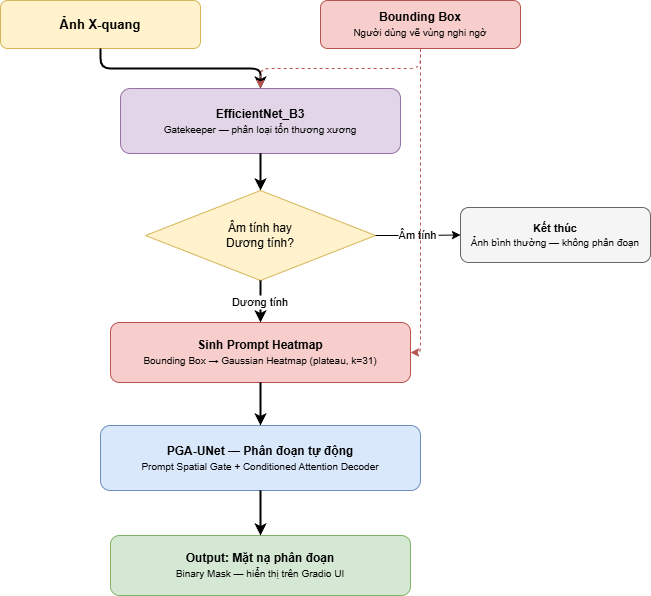
This is Report/images/pipeline_pga_app_inference.png from ThongLuc2k3/PGA_Unet2D, a draw.io export, as it was before one commit. Source tidied: cells renumbered, new cells last; positions are measured from the earlier drawing's top-left corner, leaving out a move shared by most shapes. Source of this version:
```xml
<mxGraphModel>
  <root>
    <mxCell id="0" />
    <mxCell id="1" parent="0" />
    <mxCell id="2" value="&lt;b&gt;Ảnh X-quang&lt;/b&gt;" style="rounded=1;whiteSpace=wrap;html=1;fillColor=#fff2cc;strokeColor=#d6b656;fontSize=13;" parent="1" vertex="1">
      <mxGeometry width="200" height="48" as="geometry" />
    </mxCell>
    <mxCell id="3" value="&lt;b&gt;Bounding Box&lt;/b&gt;&lt;br&gt;&lt;font style=&quot;font-size:10px;&quot;&gt;Người dùng vẽ vùng nghi ngờ&lt;/font&gt;" style="rounded=1;whiteSpace=wrap;html=1;fillColor=#f8cecc;strokeColor=#b85450;fontSize=12;" parent="1" vertex="1">
      <mxGeometry x="320" width="200" height="48" as="geometry" />
    </mxCell>
    <mxCell id="4" value="&lt;b&gt;EfficientNet_B3&lt;/b&gt;&lt;br&gt;&lt;font style=&quot;font-size:10px;&quot;&gt;Gatekeeper — phân loại tổn thương xương&lt;/font&gt;" style="rounded=1;whiteSpace=wrap;html=1;fillColor=#e1d5e7;strokeColor=#9673a6;fontSize=12;" parent="1" vertex="1">
      <mxGeometry x="120" y="88" width="280" height="65" as="geometry" />
    </mxCell>
    <mxCell id="5" value="Âm tính hay&lt;br&gt;Dương tính?" style="rhombus;whiteSpace=wrap;html=1;fillColor=#fff2cc;strokeColor=#d6b656;fontSize=12;" parent="1" vertex="1">
      <mxGeometry x="145" y="190" width="230" height="90" as="geometry" />
    </mxCell>
    <mxCell id="6" value="&lt;b&gt;Kết thúc&lt;/b&gt;&lt;br&gt;&lt;font style=&quot;font-size:10px;&quot;&gt;Ảnh bình thường — không phân đoạn&lt;/font&gt;" style="rounded=1;whiteSpace=wrap;html=1;fillColor=#f5f5f5;strokeColor=#666666;fontSize=11;" parent="1" vertex="1">
      <mxGeometry x="460" y="207" width="190" height="55" as="geometry" />
    </mxCell>
    <mxCell id="7" value="&lt;b&gt;Sinh Prompt Heatmap&lt;/b&gt;&lt;br&gt;&lt;font style=&quot;font-size:10px;&quot;&gt;Bounding Box → Gaussian Heatmap (plateau, k=31)&lt;/font&gt;" style="rounded=1;whiteSpace=wrap;html=1;fillColor=#f8cecc;strokeColor=#b85450;fontSize=12;" parent="1" vertex="1">
      <mxGeometry x="110" y="322" width="300" height="60" as="geometry" />
    </mxCell>
    <mxCell id="8" value="&lt;b&gt;PGA-UNet — Phân đoạn tự động&lt;/b&gt;&lt;br&gt;&lt;font style=&quot;font-size:10px;&quot;&gt;Prompt Spatial Gate + Conditioned Attention Decoder&lt;/font&gt;" style="rounded=1;whiteSpace=wrap;html=1;fillColor=#dae8fc;strokeColor=#6c8ebf;fontSize=12;" parent="1" vertex="1">
      <mxGeometry x="100" y="425" width="320" height="65" as="geometry" />
    </mxCell>
    <mxCell id="9" value="&lt;b&gt;Output: Mặt nạ phân đoạn&lt;/b&gt;&lt;br&gt;&lt;font style=&quot;font-size:10px;&quot;&gt;Binary Mask — hiển thị trên Gradio UI&lt;/font&gt;" style="rounded=1;whiteSpace=wrap;html=1;fillColor=#d5e8d4;strokeColor=#82b366;fontSize=12;" parent="1" vertex="1">
      <mxGeometry x="110" y="535" width="300" height="60" as="geometry" />
    </mxCell>
    <mxCell id="10" style="edgeStyle=orthogonalEdgeStyle;strokeWidth=2;" parent="1" edge="1" source="2" target="4">
      <mxGeometry relative="1" as="geometry" />
    </mxCell>
    <mxCell id="11" style="edgeStyle=orthogonalEdgeStyle;strokeWidth=1;dashed=1;strokeColor=#b85450;" parent="1" edge="1" source="3" target="4">
      <mxGeometry relative="1" as="geometry" />
    </mxCell>
    <mxCell id="12" style="edgeStyle=orthogonalEdgeStyle;strokeWidth=2;" parent="1" edge="1" source="4" target="5">
      <mxGeometry relative="1" as="geometry" />
    </mxCell>
    <mxCell id="13" value="Âm tính" style="edgeStyle=orthogonalEdgeStyle;fontSize=11;" parent="1" edge="1" source="5" target="6">
      <mxGeometry relative="1" as="geometry" />
    </mxCell>
    <mxCell id="14" value="Dương tính" style="edgeStyle=orthogonalEdgeStyle;strokeWidth=2;fontSize=11;" parent="1" edge="1" source="5" target="7">
      <mxGeometry relative="1" as="geometry" />
    </mxCell>
    <mxCell id="15" style="edgeStyle=orthogonalEdgeStyle;strokeWidth=1;dashed=1;strokeColor=#b85450;" parent="1" edge="1" source="3" target="7">
      <mxGeometry relative="1" as="geometry">
        <Array as="points">
          <mxPoint x="420" y="235" />
          <mxPoint x="420" y="352" />
        </Array>
      </mxGeometry>
    </mxCell>
    <mxCell id="16" style="edgeStyle=orthogonalEdgeStyle;strokeWidth=2;" parent="1" edge="1" source="7" target="8">
      <mxGeometry relative="1" as="geometry" />
    </mxCell>
    <mxCell id="17" style="edgeStyle=orthogonalEdgeStyle;strokeWidth=2;" parent="1" edge="1" source="8" target="9">
      <mxGeometry relative="1" as="geometry" />
    </mxCell>
  </root>
</mxGraphModel>
```
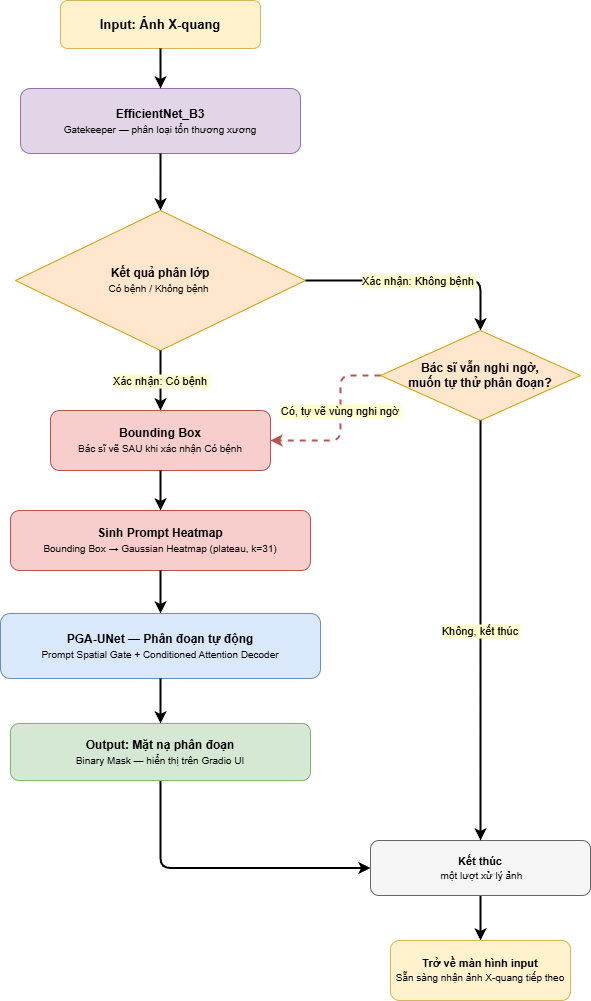
The same diagram one commit later.

Change to the diagram source:
```diff
@@ -2,58 +2,78 @@
   <root>
     <mxCell id="0" />
     <mxCell id="1" parent="0" />
-    <mxCell id="2" value="&lt;b&gt;Ảnh X-quang&lt;/b&gt;" style="rounded=1;whiteSpace=wrap;html=1;fillColor=#fff2cc;strokeColor=#d6b656;fontSize=13;" parent="1" vertex="1">
-      <mxGeometry width="200" height="48" as="geometry" />
+    <mxCell id="2" value="&lt;b&gt;Input: Ảnh X-quang&lt;/b&gt;" style="rounded=1;whiteSpace=wrap;html=1;fillColor=#fff2cc;strokeColor=#d6b656;fontSize=13;" parent="1" vertex="1">
+      <mxGeometry x="160" width="200" height="48" as="geometry" />
     </mxCell>
-    <mxCell id="3" value="&lt;b&gt;Bounding Box&lt;/b&gt;&lt;br&gt;&lt;font style=&quot;font-size:10px;&quot;&gt;Người dùng vẽ vùng nghi ngờ&lt;/font&gt;" style="rounded=1;whiteSpace=wrap;html=1;fillColor=#f8cecc;strokeColor=#b85450;fontSize=12;" parent="1" vertex="1">
-      <mxGeometry x="320" width="200" height="48" as="geometry" />
-    </mxCell>
     <mxCell id="4" value="&lt;b&gt;EfficientNet_B3&lt;/b&gt;&lt;br&gt;&lt;font style=&quot;font-size:10px;&quot;&gt;Gatekeeper — phân loại tổn thương xương&lt;/font&gt;" style="rounded=1;whiteSpace=wrap;html=1;fillColor=#e1d5e7;strokeColor=#9673a6;fontSize=12;" parent="1" vertex="1">
       <mxGeometry x="120" y="88" width="280" height="65" as="geometry" />
     </mxCell>
-    <mxCell id="5" value="Âm tính hay&lt;br&gt;Dương tính?" style="rhombus;whiteSpace=wrap;html=1;fillColor=#fff2cc;strokeColor=#d6b656;fontSize=12;" parent="1" vertex="1">
-      <mxGeometry x="145" y="190" width="230" height="90" as="geometry" />
-    </mxCell>
+    <mxCell id="18" value="&lt;b&gt;Kết quả phân lớp&lt;/b&gt;&lt;br&gt;&lt;font style=&quot;font-size:10px;&quot;&gt;Có bệnh / Không bệnh&amp;nbsp;&lt;/font&gt;" style="rhombus;whiteSpace=wrap;html=1;fillColor=#ffe6cc;strokeColor=#d79b00;fontSize=12;" parent="1" vertex="1">
+      <mxGeometry x="115" y="210" width="290" height="140" as="geometry" />
+    </mxCell>
+    <mxCell id="19" style="edgeStyle=orthogonalEdgeStyle;strokeWidth=2;exitX=0.5;exitY=1;exitDx=0;exitDy=0;" parent="1" edge="1" source="6" target="24">
+      <mxGeometry relative="1" as="geometry" />
+    </mxCell>
-    <mxCell id="6" value="&lt;b&gt;Kết thúc&lt;/b&gt;&lt;br&gt;&lt;font style=&quot;font-size:10px;&quot;&gt;Ảnh bình thường — không phân đoạn&lt;/font&gt;" style="rounded=1;whiteSpace=wrap;html=1;fillColor=#f5f5f5;strokeColor=#666666;fontSize=11;" parent="1" vertex="1">
-      <mxGeometry x="460" y="207" width="190" height="55" as="geometry" />
+    <mxCell id="6" value="&lt;b&gt;Kết thúc&lt;/b&gt;&lt;br&gt;&lt;font style=&quot;font-size:10px;&quot;&gt;&amp;nbsp;một lượt xử lý ảnh&lt;/font&gt;" style="rounded=1;whiteSpace=wrap;html=1;fillColor=#f5f5f5;strokeColor=#666666;fontSize=11;" parent="1" vertex="1">
+      <mxGeometry x="470" y="840" width="220" height="55" as="geometry" />
     </mxCell>
     <mxCell id="7" value="&lt;b&gt;Sinh Prompt Heatmap&lt;/b&gt;&lt;br&gt;&lt;font style=&quot;font-size:10px;&quot;&gt;Bounding Box → Gaussian Heatmap (plateau, k=31)&lt;/font&gt;" style="rounded=1;whiteSpace=wrap;html=1;fillColor=#f8cecc;strokeColor=#b85450;fontSize=12;" parent="1" vertex="1">
-      <mxGeometry x="110" y="322" width="300" height="60" as="geometry" />
+      <mxGeometry x="110" y="510" width="300" height="60" as="geometry" />
     </mxCell>
+    <mxCell id="3" value="&lt;b&gt;Bounding Box&lt;/b&gt;&lt;br&gt;&lt;font style=&quot;font-size:10px;&quot;&gt;Bác sĩ vẽ SAU khi xác nhận Có bệnh&lt;/font&gt;" style="rounded=1;whiteSpace=wrap;html=1;fillColor=#f8cecc;strokeColor=#b85450;fontSize=12;" parent="1" vertex="1">
+      <mxGeometry x="150" y="410" width="220" height="60" as="geometry" />
+    </mxCell>
     <mxCell id="8" value="&lt;b&gt;PGA-UNet — Phân đoạn tự động&lt;/b&gt;&lt;br&gt;&lt;font style=&quot;font-size:10px;&quot;&gt;Prompt Spatial Gate + Conditioned Attention Decoder&lt;/font&gt;" style="rounded=1;whiteSpace=wrap;html=1;fillColor=#dae8fc;strokeColor=#6c8ebf;fontSize=12;" parent="1" vertex="1">
-      <mxGeometry x="100" y="425" width="320" height="65" as="geometry" />
+      <mxGeometry x="100" y="613" width="320" height="65" as="geometry" />
     </mxCell>
+    <mxCell id="20" style="edgeStyle=orthogonalEdgeStyle;strokeWidth=2;entryX=0;entryY=0.5;entryDx=0;entryDy=0;exitX=0.5;exitY=1;exitDx=0;exitDy=0;" parent="1" edge="1" source="9" target="6">
+      <mxGeometry relative="1" as="geometry" />
+    </mxCell>
     <mxCell id="9" value="&lt;b&gt;Output: Mặt nạ phân đoạn&lt;/b&gt;&lt;br&gt;&lt;font style=&quot;font-size:10px;&quot;&gt;Binary Mask — hiển thị trên Gradio UI&lt;/font&gt;" style="rounded=1;whiteSpace=wrap;html=1;fillColor=#d5e8d4;strokeColor=#82b366;fontSize=12;" parent="1" vertex="1">
-      <mxGeometry x="110" y="535" width="300" height="60" as="geometry" />
+      <mxGeometry x="110" y="723" width="300" height="57" as="geometry" />
     </mxCell>
     <mxCell id="10" style="edgeStyle=orthogonalEdgeStyle;strokeWidth=2;" parent="1" edge="1" source="2" target="4">
       <mxGeometry relative="1" as="geometry" />
     </mxCell>
-    <mxCell id="11" style="edgeStyle=orthogonalEdgeStyle;strokeWidth=1;dashed=1;strokeColor=#b85450;" parent="1" edge="1" source="3" target="4">
-      <mxGeometry relative="1" as="geometry" />
-    </mxCell>
-    <mxCell id="12" style="edgeStyle=orthogonalEdgeStyle;strokeWidth=2;" parent="1" edge="1" source="4" target="5">
+    <mxCell id="12" style="edgeStyle=orthogonalEdgeStyle;strokeWidth=2;entryX=0.5;entryY=0;entryDx=0;entryDy=0;" parent="1" edge="1" source="4" target="18">
       <mxGeometry relative="1" as="geometry" />
     </mxCell>
-    <mxCell id="13" value="Âm tính" style="edgeStyle=orthogonalEdgeStyle;fontSize=11;" parent="1" edge="1" source="5" target="6">
+    <mxCell id="13" value="Xác nhận: Không bệnh" style="edgeStyle=orthogonalEdgeStyle;strokeWidth=2;fontSize=11;entryX=0.5;entryY=0;entryDx=0;entryDy=0;labelBackgroundColor=#ffffcc;" parent="1" edge="1" source="18" target="21">
       <mxGeometry relative="1" as="geometry" />
     </mxCell>
-    <mxCell id="14" value="Dương tính" style="edgeStyle=orthogonalEdgeStyle;strokeWidth=2;fontSize=11;" parent="1" edge="1" source="5" target="7">
+    <mxCell id="14" value="Xác nhận: Có bệnh" style="edgeStyle=orthogonalEdgeStyle;strokeWidth=2;fontSize=11;entryX=0.5;entryY=0;entryDx=0;entryDy=0;labelBackgroundColor=#ffffcc;" parent="1" edge="1" source="18" target="3">
       <mxGeometry relative="1" as="geometry" />
     </mxCell>
-    <mxCell id="15" style="edgeStyle=orthogonalEdgeStyle;strokeWidth=1;dashed=1;strokeColor=#b85450;" parent="1" edge="1" source="3" target="7">
-      <mxGeometry relative="1" as="geometry">
-        <Array as="points">
-          <mxPoint x="420" y="235" />
-          <mxPoint x="420" y="352" />
-        </Array>
-      </mxGeometry>
-    </mxCell>
     <mxCell id="16" style="edgeStyle=orthogonalEdgeStyle;strokeWidth=2;" parent="1" edge="1" source="7" target="8">
       <mxGeometry relative="1" as="geometry" />
     </mxCell>
     <mxCell id="17" style="edgeStyle=orthogonalEdgeStyle;strokeWidth=2;" parent="1" edge="1" source="8" target="9">
       <mxGeometry relative="1" as="geometry" />
     </mxCell>
+    <mxCell id="15" style="edgeStyle=orthogonalEdgeStyle;strokeWidth=2;entryX=0.5;entryY=0;entryDx=0;entryDy=0;exitX=0.5;exitY=1;exitDx=0;exitDy=0;" parent="1" edge="1" source="3" target="7">
+      <mxGeometry relative="1" as="geometry">
+        <Array as="points">
+          <mxPoint x="260" y="480" />
+          <mxPoint x="260" y="480" />
+        </Array>
+      </mxGeometry>
+    </mxCell>
+    <mxCell id="21" value="&lt;b&gt;Bác sĩ vẫn nghi ngờ,&lt;br&gt;muốn tự thử phân đoạn?&lt;/b&gt;" style="rhombus;whiteSpace=wrap;html=1;fillColor=#ffe6cc;strokeColor=#d79b00;fontSize=12;" parent="1" vertex="1">
+      <mxGeometry x="480" y="330" width="200" height="90" as="geometry" />
+    </mxCell>
+    <mxCell id="22" value="Không, kết thúc" style="edgeStyle=orthogonalEdgeStyle;strokeWidth=2;fontSize=11;labelBackgroundColor=#ffffcc;" parent="1" edge="1" source="21" target="6">
+      <mxGeometry relative="1" as="geometry" />
+    </mxCell>
+    <mxCell id="23" value="Có, tự vẽ vùng nghi ngờ" style="edgeStyle=orthogonalEdgeStyle;strokeWidth=2;fontSize=11;dashed=1;strokeColor=#b85450;labelBackgroundColor=#ffffcc;exitX=0;exitY=0.5;exitDx=0;exitDy=0;" parent="1" edge="1" source="21" target="3">
+      <mxGeometry x="-0.14" relative="1" as="geometry">
+        <Array as="points">
+          <mxPoint x="440" y="375" />
+          <mxPoint x="440" y="440" />
+        </Array>
+      </mxGeometry>
+    </mxCell>
+    <mxCell id="24" value="&lt;b&gt;Trở về màn hình input&lt;/b&gt;&lt;br&gt;&lt;font style=&quot;font-size:10px;&quot;&gt;Sẵn sàng nhận ảnh X-quang tiếp theo&lt;/font&gt;" style="whiteSpace=wrap;html=1;fontSize=11;fillColor=#fff2cc;strokeColor=#d6b656;rounded=1;" parent="1" vertex="1">
+      <mxGeometry x="490" y="940" width="180" height="60" as="geometry" />
+    </mxCell>
   </root>
 </mxGraphModel>
```
